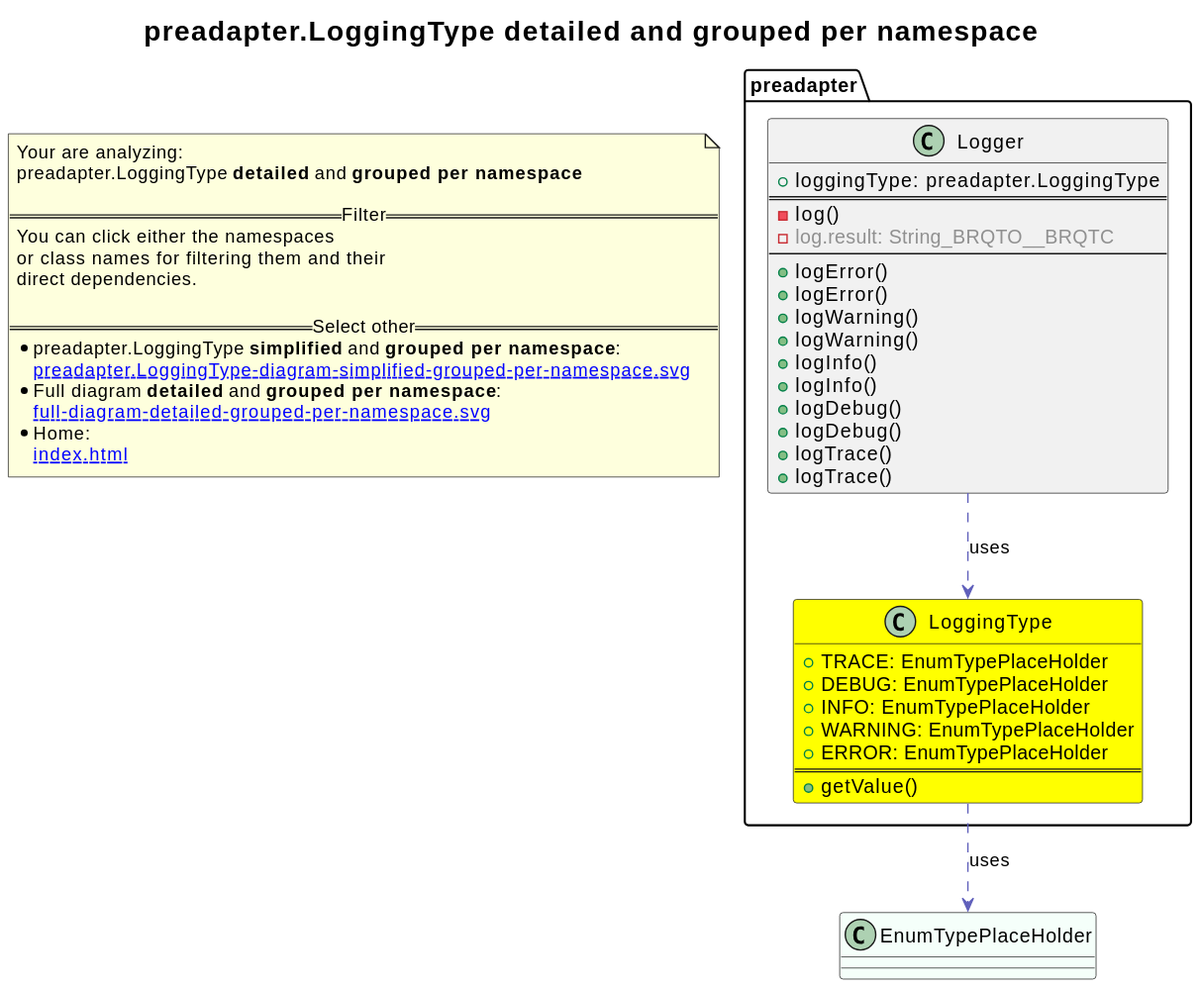
2BlackCoffees/revenger keeps this PlantUML diagram as revenger-java-adapter.out/preadapter.LoggingType-diagram-detailed-grouped-per-namespace.svg. Above is the earlier version. Its diagram source:
```plantuml
@startuml
title <size:20>preadapter.LoggingType **detailed** and **grouped per namespace**</size>
note "Your are analyzing:\npreadapter.LoggingType **detailed** and **grouped per namespace**\n\n==Filter==\nYou can click either the namespaces \nor class names for filtering them and their\ndirect dependencies.\n\n==Select other==\n* preadapter.LoggingType **simplified** and **grouped per namespace**:\n   [[preadapter.LoggingType-diagram-simplified-grouped-per-namespace.svg]]\n* Full diagram **detailed** and **grouped per namespace**:\n   [[full-diagram-detailed-grouped-per-namespace.svg]]\n* Home:\n   [[index.html]]" as FloatingNote
class EnumTypePlaceHolder [[EnumTypePlaceHolder-diagram-detailed-grouped-per-namespace.svg]] #MintCream {
}
namespace preadapter [[preadapter-diagram-detailed-grouped-per-namespace.svg]] {
class preadapter.LoggingType [[preadapter.LoggingType-diagram-detailed-grouped-per-namespace.svg]] #yellow {
  + TRACE: EnumTypePlaceHolder
  + DEBUG: EnumTypePlaceHolder
  + INFO: EnumTypePlaceHolder
  + WARNING: EnumTypePlaceHolder
  + ERROR: EnumTypePlaceHolder
==
  + getValue(<font color="6060BB"></font>)
}
class preadapter.Logger [[preadapter.Logger-diagram-detailed-grouped-per-namespace.svg]]  {
  + loggingType: preadapter.LoggingType
==
  - log(<font color="6060BB"></font>)
  - <font color="909090">log.result: String_BRQTO__BRQTC</font>
--
  + logError(<font color="6060BB"></font>)
  + logError(<font color="6060BB"></font>)
  + logWarning(<font color="6060BB"></font>)
  + logWarning(<font color="6060BB"></font>)
  + logInfo(<font color="6060BB"></font>)
  + logInfo(<font color="6060BB"></font>)
  + logDebug(<font color="6060BB"></font>)
  + logDebug(<font color="6060BB"></font>)
  + logTrace(<font color="6060BB"></font>)
  + logTrace(<font color="6060BB"></font>)
}
}
preadapter.LoggingType .[#6060BB].> EnumTypePlaceHolder  : uses
preadapter.Logger .[#6060BB].> preadapter.LoggingType  : uses
@enduml
```
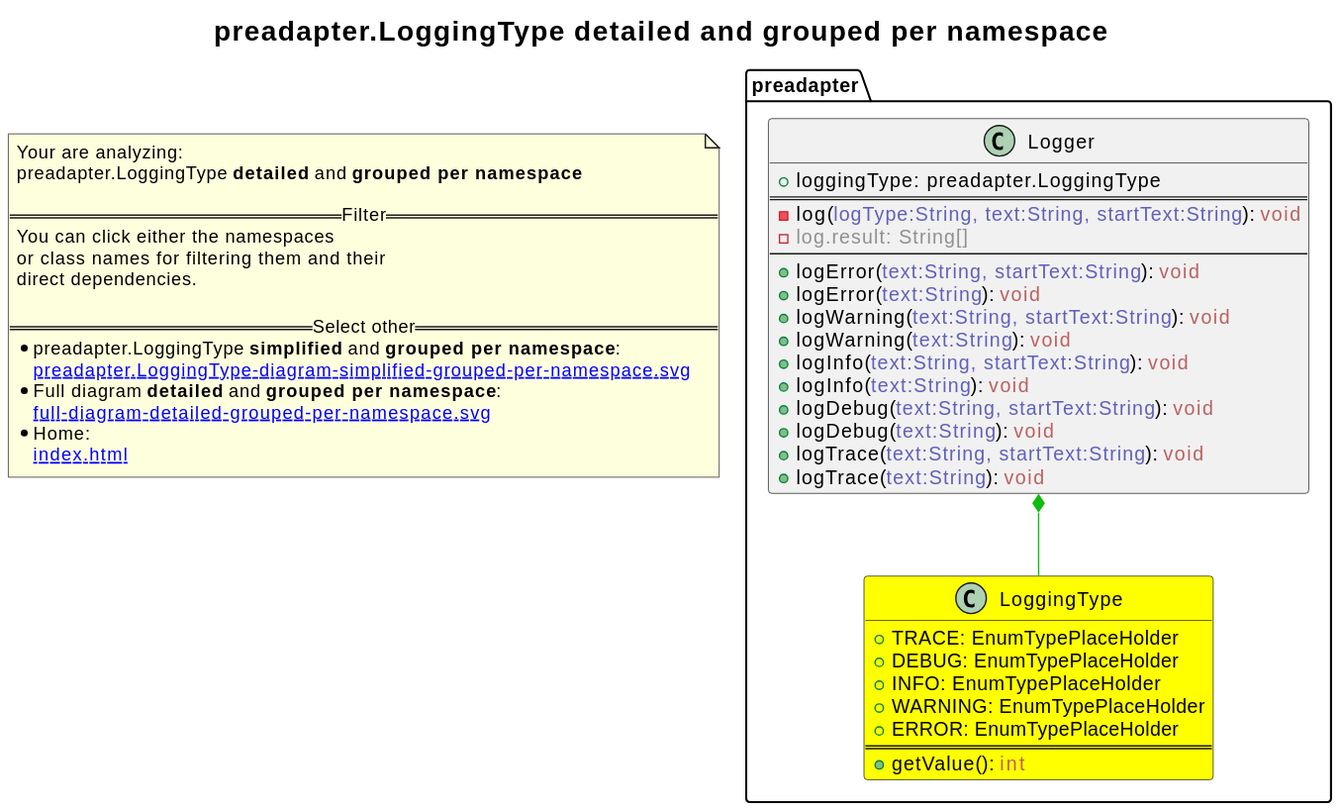
After the change.

Change to the diagram source:
```diff
@@ -1,8 +1,7 @@
 @startuml
+skinparam linetype ortho
 title <size:20>preadapter.LoggingType **detailed** and **grouped per namespace**</size>
 note "Your are analyzing:\npreadapter.LoggingType **detailed** and **grouped per namespace**\n\n==Filter==\nYou can click either the namespaces \nor class names for filtering them and their\ndirect dependencies.\n\n==Select other==\n* preadapter.LoggingType **simplified** and **grouped per namespace**:\n   [[preadapter.LoggingType-diagram-simplified-grouped-per-namespace.svg]]\n* Full diagram **detailed** and **grouped per namespace**:\n   [[full-diagram-detailed-grouped-per-namespace.svg]]\n* Home:\n   [[index.html]]" as FloatingNote
-class EnumTypePlaceHolder [[EnumTypePlaceHolder-diagram-detailed-grouped-per-namespace.svg]] #MintCream {
-}
 namespace preadapter [[preadapter-diagram-detailed-grouped-per-namespace.svg]] {
 class preadapter.LoggingType [[preadapter.LoggingType-diagram-detailed-grouped-per-namespace.svg]] #yellow {
   + TRACE: EnumTypePlaceHolder
@@ -11,26 +10,25 @@
   + WARNING: EnumTypePlaceHolder
   + ERROR: EnumTypePlaceHolder
 ==
-  + getValue(<font color="6060BB"></font>)
+  + getValue(<font color="6060BB"></font>): <font color="BB6060">int</font>
 }
 class preadapter.Logger [[preadapter.Logger-diagram-detailed-grouped-per-namespace.svg]]  {
   + loggingType: preadapter.LoggingType
 ==
-  - log(<font color="6060BB"></font>)
-  - <font color="909090">log.result: String_BRQTO__BRQTC</font>
+  - log(<font color="6060BB">logType:String, text:String, startText:String</font>): <font color="BB6060">void</font>
+  - <font color="909090">log.result: String[]</font>
 --
-  + logError(<font color="6060BB"></font>)
-  + logError(<font color="6060BB"></font>)
-  + logWarning(<font color="6060BB"></font>)
-  + logWarning(<font color="6060BB"></font>)
-  + logInfo(<font color="6060BB"></font>)
-  + logInfo(<font color="6060BB"></font>)
-  + logDebug(<font color="6060BB"></font>)
-  + logDebug(<font color="6060BB"></font>)
-  + logTrace(<font color="6060BB"></font>)
-  + logTrace(<font color="6060BB"></font>)
+  + logError(<font color="6060BB">text:String, startText:String</font>): <font color="BB6060">void</font>
+  + logError(<font color="6060BB">text:String</font>): <font color="BB6060">void</font>
+  + logWarning(<font color="6060BB">text:String, startText:String</font>): <font color="BB6060">void</font>
+  + logWarning(<font color="6060BB">text:String</font>): <font color="BB6060">void</font>
+  + logInfo(<font color="6060BB">text:String, startText:String</font>): <font color="BB6060">void</font>
+  + logInfo(<font color="6060BB">text:String</font>): <font color="BB6060">void</font>
+  + logDebug(<font color="6060BB">text:String, startText:String</font>): <font color="BB6060">void</font>
+  + logDebug(<font color="6060BB">text:String</font>): <font color="BB6060">void</font>
+  + logTrace(<font color="6060BB">text:String, startText:String</font>): <font color="BB6060">void</font>
+  + logTrace(<font color="6060BB">text:String</font>): <font color="BB6060">void</font>
 }
 }
-preadapter.LoggingType .[#6060BB].> EnumTypePlaceHolder  : uses
-preadapter.Logger .[#6060BB].> preadapter.LoggingType  : uses
+preadapter.Logger *-[#10BB10]- preadapter.LoggingType
 @enduml
```
